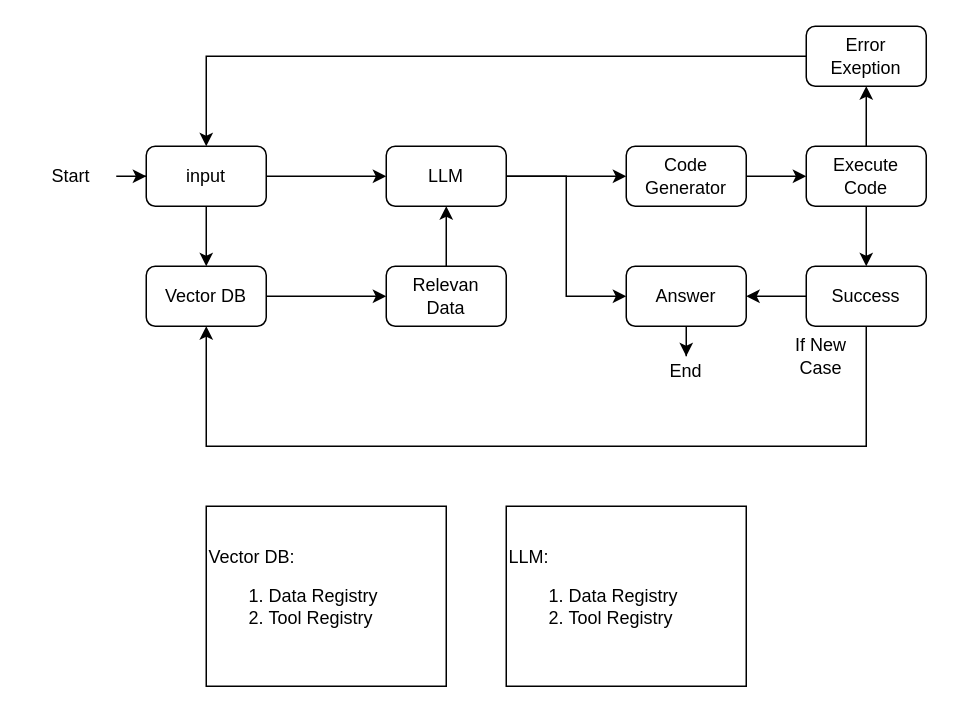
alfahluzi/Python-Discord-Bot keeps this draw.io diagram as Architecture.drawio. Above is the earlier version. Source tidied: cells renumbered, new cells numbered last; positions are measured from the earlier drawing's top-left corner, leaving out a move shared by most shapes. Both pictures are drawn from the tidied source at 150%, with x=0, y=0 at pixel (26, 26).
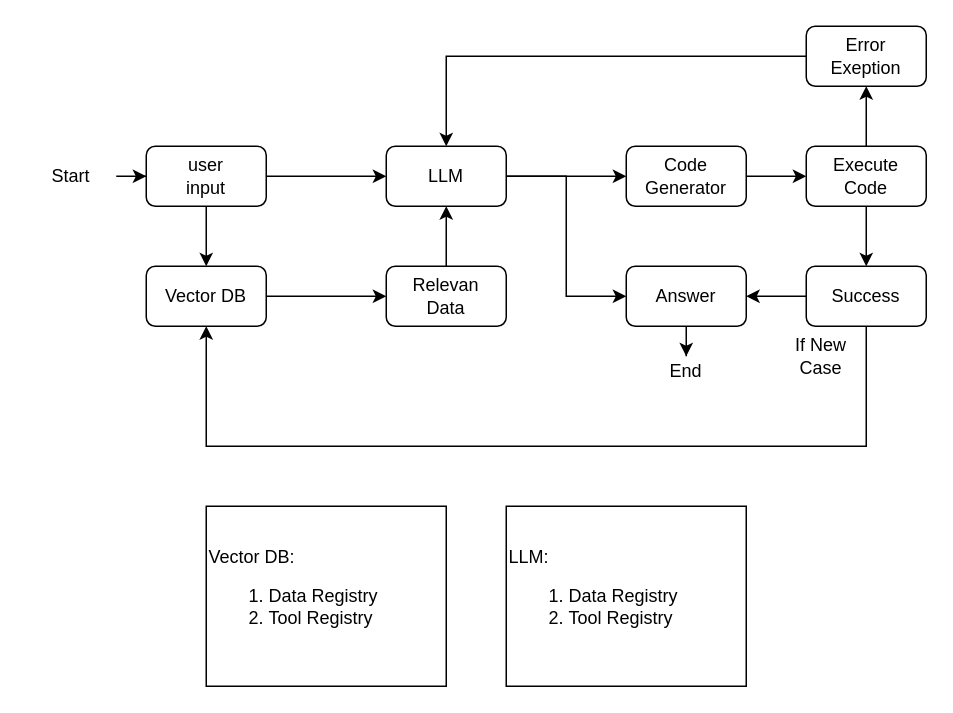
The same page after the edit.

Unchanged cells that the change refers to:
```xml
<mxCell id="7" value="LLM" style="rounded=1;whiteSpace=wrap;html=1;" parent="1" vertex="1">
  <mxGeometry x="240" y="80" width="80" height="40" as="geometry" />
</mxCell>
<mxCell id="20" value="Error&lt;div&gt;Exeption&lt;/div&gt;" style="rounded=1;whiteSpace=wrap;html=1;" parent="1" vertex="1">
  <mxGeometry x="520" width="80" height="40" as="geometry" />
</mxCell>
```

The edit, as a diff of the source:
```diff
@@
-    <mxCell id="4" value="input" style="rounded=1;whiteSpace=wrap;html=1;" parent="1" vertex="1">
+    <mxCell id="4" value="user&lt;div&gt;input&lt;/div&gt;" style="rounded=1;whiteSpace=wrap;html=1;" parent="1" vertex="1">
       <mxGeometry x="80" y="80" width="80" height="40" as="geometry" />
     </mxCell>
@@
-    <mxCell id="19" style="edgeStyle=orthogonalEdgeStyle;rounded=0;jettySize=auto;html=1;entryX=0.5;entryY=0;entryDx=0;entryDy=0;" parent="1" edge="1" source="20" target="4">
+    <mxCell id="19" style="edgeStyle=orthogonalEdgeStyle;rounded=0;jettySize=auto;html=1;entryX=0.5;entryY=0;entryDx=0;entryDy=0;" parent="1" edge="1" source="20" target="7">
       <mxGeometry relative="1" as="geometry" />
     </mxCell>
```
